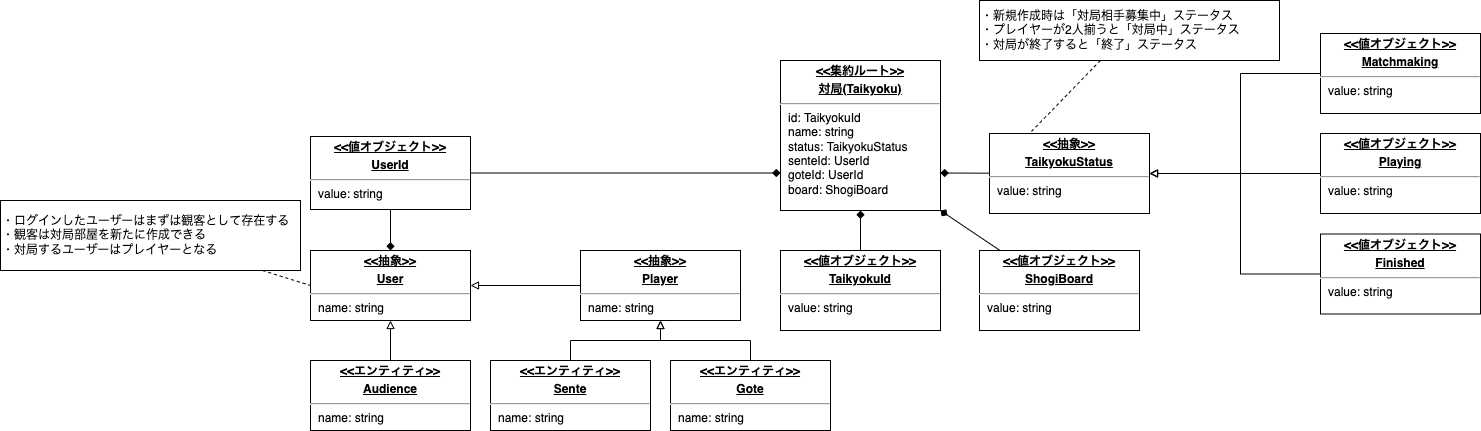
The draw.io diagram doc/ドメインモデル図.drawio.png in naohiro-kumagai/shogi, before a commit. Source tidied: cells renumbered, new cells last; positions are measured from the earlier drawing's top-left corner, leaving out a move shared by most shapes.
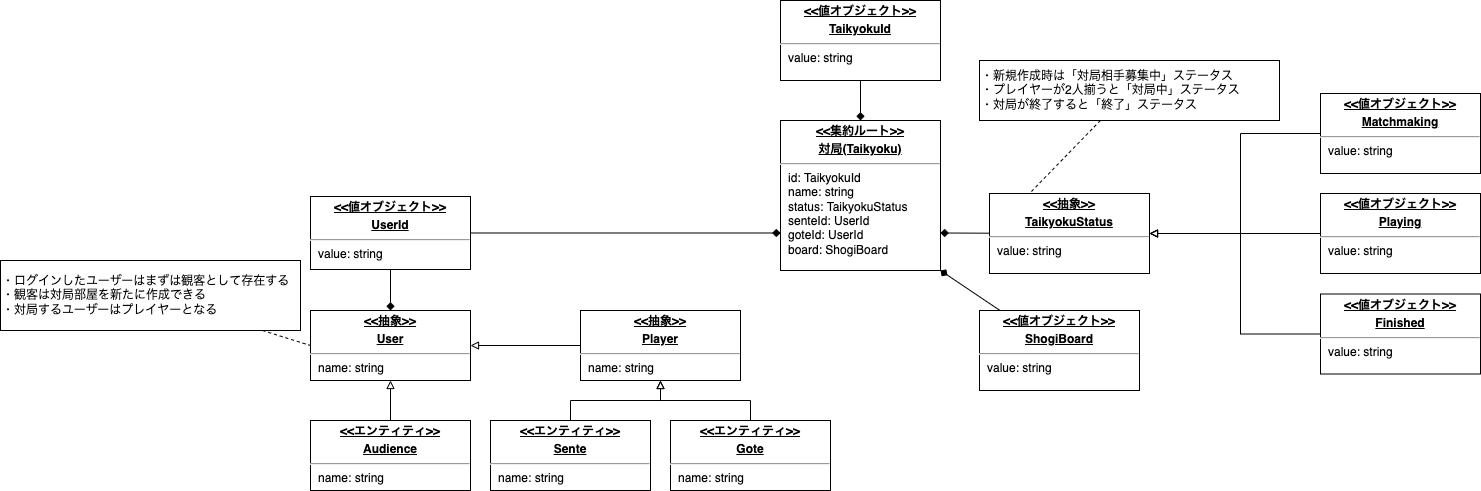
Above is the later version.

What changed in the source:
```diff
@@ -5,11 +5,11 @@
     <mxCell id="2" value="&lt;p style=&quot;margin:0px;margin-top:4px;text-align:center;text-decoration:underline;&quot;&gt;&lt;b&gt;&amp;lt;&amp;lt;集約ルート&amp;gt;&amp;gt;&lt;/b&gt;&lt;/p&gt;&lt;p style=&quot;margin:0px;margin-top:4px;text-align:center;text-decoration:underline;&quot;&gt;&lt;b&gt;対局(Taikyoku)&lt;/b&gt;&lt;/p&gt;&lt;hr&gt;&lt;p style=&quot;margin:0px;margin-left:8px;&quot;&gt;id: TaikyokuId&lt;/p&gt;&lt;p style=&quot;margin:0px;margin-left:8px;&quot;&gt;name: string&lt;/p&gt;&lt;p style=&quot;margin:0px;margin-left:8px;&quot;&gt;status: TaikyokuStatus&lt;/p&gt;&lt;p style=&quot;margin:0px;margin-left:8px;&quot;&gt;senteId: UserId&lt;/p&gt;&lt;p style=&quot;margin:0px;margin-left:8px;&quot;&gt;goteId: UserId&lt;/p&gt;&lt;p style=&quot;margin:0px;margin-left:8px;&quot;&gt;board: ShogiBoard&lt;/p&gt;" style="verticalAlign=top;align=left;overflow=fill;fontSize=12;fontFamily=Helvetica;html=1;" parent="1" vertex="1">
       <mxGeometry x="780" y="60" width="160" height="150" as="geometry" />
     </mxCell>
-    <mxCell id="3" style="edgeStyle=none;html=1;entryX=0.5;entryY=1;entryDx=0;entryDy=0;endArrow=diamond;endFill=1;" parent="1" edge="1" source="4" target="2">
+    <mxCell id="3" style="edgeStyle=none;html=1;entryX=0.5;entryY=0;entryDx=0;entryDy=0;endArrow=diamond;endFill=1;" parent="1" edge="1" source="4" target="2">
       <mxGeometry relative="1" as="geometry" />
     </mxCell>
     <mxCell id="4" value="&lt;p style=&quot;margin:0px;margin-top:4px;text-align:center;text-decoration:underline;&quot;&gt;&lt;b&gt;&amp;lt;&amp;lt;値オブジェクト&amp;gt;&amp;gt;&lt;/b&gt;&lt;/p&gt;&lt;p style=&quot;margin:0px;margin-top:4px;text-align:center;text-decoration:underline;&quot;&gt;&lt;b&gt;TaikyokuId&lt;/b&gt;&lt;/p&gt;&lt;hr&gt;&lt;p style=&quot;margin:0px;margin-left:8px;&quot;&gt;value: string&lt;/p&gt;" style="verticalAlign=top;align=left;overflow=fill;fontSize=12;fontFamily=Helvetica;html=1;" parent="1" vertex="1">
-      <mxGeometry x="780" y="250" width="160" height="80" as="geometry" />
+      <mxGeometry x="780" y="-60" width="160" height="80" as="geometry" />
     </mxCell>
     <mxCell id="5" style="edgeStyle=none;html=1;entryX=0.25;entryY=0;entryDx=0;entryDy=0;endArrow=none;endFill=0;dashed=1;" parent="1" edge="1" source="6" target="8">
       <mxGeometry relative="1" as="geometry" />
```
